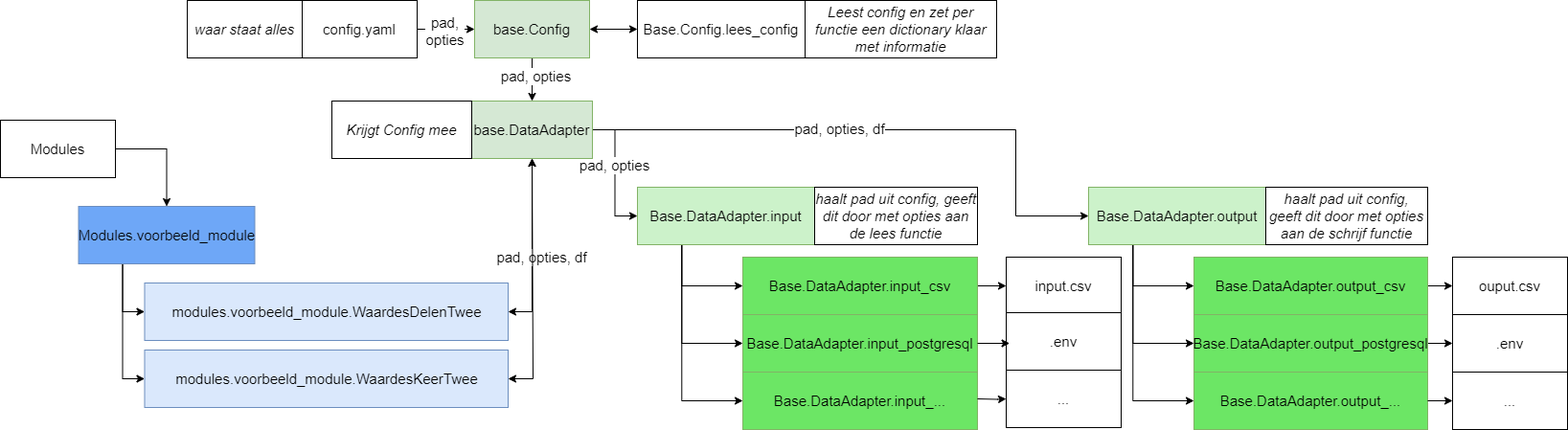
This is docs/assets/opbouw_code.png from continu-inzicht/toolbox-continu-inzicht, a draw.io export, as it was before one commit. Source tidied: cells renumbered, new cells last; positions are measured from the earlier drawing's top-left corner, leaving out a move shared by most shapes.
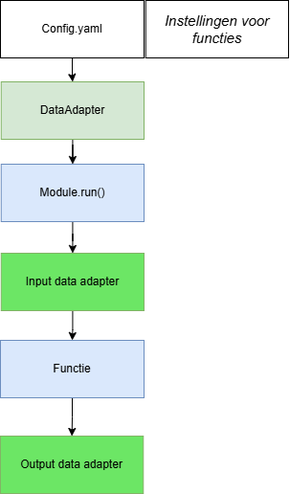
The same file after the commit.

What changed in the source:
```diff
@@ -2,183 +2,41 @@
   <root>
     <mxCell id="0" />
     <mxCell id="1" parent="0" />
-    <mxCell id="2" style="edgeStyle=orthogonalEdgeStyle;rounded=0;jettySize=auto;html=1;exitX=1;exitY=0.5;exitDx=0;exitDy=0;entryX=0;entryY=0.5;entryDx=0;entryDy=0;startArrow=classic;startFill=1;fontSize=15;" parent="1" edge="1" source="5" target="20">
+    <mxCell id="2" style="edgeStyle=orthogonalEdgeStyle;rounded=0;jettySize=auto;html=1;" parent="1" edge="1" source="3" target="7">
       <mxGeometry relative="1" as="geometry" />
     </mxCell>
-    <mxCell id="3" style="edgeStyle=orthogonalEdgeStyle;rounded=0;jettySize=auto;html=1;exitX=0.5;exitY=1;exitDx=0;exitDy=0;fontSize=15;" parent="1" edge="1" source="5" target="13">
-      <mxGeometry relative="1" as="geometry" />
+    <mxCell id="3" value="&lt;div&gt;Module.run()&lt;/div&gt;" style="rounded=0;whiteSpace=wrap;html=1;fillColor=#dae8fc;strokeColor=#6c8ebf;" parent="1" vertex="1">
+      <mxGeometry x="2330.8" y="81" width="149.2" height="60" as="geometry" />
     </mxCell>
-    <mxCell id="4" value="pad, opties" style="edgeLabel;html=1;align=center;verticalAlign=middle;fontSize=15;" parent="3" vertex="1">
-      <mxGeometry x="-0.19" y="3" relative="1" as="geometry" />
+    <mxCell id="4" style="edgeStyle=orthogonalEdgeStyle;rounded=0;jettySize=auto;html=1;" parent="1" edge="1" source="5" target="12">
+      <mxGeometry relative="1" as="geometry" />
     </mxCell>
-    <mxCell id="5" value="base.Config" style="rounded=0;whiteSpace=wrap;html=1;fillColor=#d5e8d4;strokeColor=#82b366;fontSize=15;" parent="1" vertex="1">
-      <mxGeometry x="495" width="120" height="60" as="geometry" />
+    <mxCell id="5" value="Config.yaml" style="rounded=0;whiteSpace=wrap;html=1;" parent="1" vertex="1">
+      <mxGeometry x="2330" y="-90" width="150" height="60" as="geometry" />
     </mxCell>
-    <mxCell id="6" style="edgeStyle=orthogonalEdgeStyle;rounded=0;jettySize=auto;html=1;exitX=1;exitY=0.5;exitDx=0;exitDy=0;fontSize=15;" parent="1" edge="1" source="8" target="5">
+    <mxCell id="6" style="edgeStyle=orthogonalEdgeStyle;rounded=0;jettySize=auto;html=1;" parent="1" edge="1" source="7" target="10">
       <mxGeometry relative="1" as="geometry" />
     </mxCell>
-    <mxCell id="7" value="pad,&lt;br style=&quot;font-size: 15px;&quot;&gt;opties" style="edgeLabel;html=1;align=center;verticalAlign=middle;points=[];fontSize=15;" parent="6" vertex="1">
-      <mxGeometry x="-0.08" y="-1" relative="1" as="geometry" />
+    <mxCell id="7" value="&lt;span style=&quot;font-style: normal;&quot;&gt;Input data adapter&lt;/span&gt;" style="rounded=0;whiteSpace=wrap;html=1;fontStyle=2;fillColor=#6ce665;strokeColor=#82b366;" parent="1" vertex="1">
+      <mxGeometry x="2330.8" y="174" width="149.2" height="60" as="geometry" />
     </mxCell>
-    <mxCell id="8" value="config.yaml" style="rounded=0;whiteSpace=wrap;html=1;fontSize=15;" parent="1" vertex="1">
-      <mxGeometry x="315" width="120" height="60" as="geometry" />
+    <mxCell id="8" value="&lt;span style=&quot;font-style: normal;&quot;&gt;Output data adapter&lt;/span&gt;" style="rounded=0;whiteSpace=wrap;html=1;fontStyle=2;fillColor=#6ce665;strokeColor=#82b366;" parent="1" vertex="1">
+      <mxGeometry x="2330" y="365" width="149.2" height="60" as="geometry" />
     </mxCell>
-    <mxCell id="9" style="edgeStyle=orthogonalEdgeStyle;rounded=0;jettySize=auto;html=1;entryX=0;entryY=0.5;entryDx=0;entryDy=0;fontSize=15;" parent="1" edge="1" source="13" target="25">
+    <mxCell id="9" style="edgeStyle=orthogonalEdgeStyle;rounded=0;jettySize=auto;html=1;" parent="1" edge="1" source="10" target="8">
       <mxGeometry relative="1" as="geometry" />
     </mxCell>
-    <mxCell id="10" value="pad, opties" style="edgeLabel;html=1;align=center;verticalAlign=middle;points=[];fontSize=15;" parent="9" vertex="1">
-      <mxGeometry x="-0.12" y="-1" relative="1" as="geometry" />
+    <mxCell id="10" value="Functie" style="rounded=0;whiteSpace=wrap;html=1;fillColor=#dae8fc;strokeColor=#6c8ebf;" parent="1" vertex="1">
+      <mxGeometry x="2330" y="265" width="150" height="60" as="geometry" />
     </mxCell>
-    <mxCell id="11" style="edgeStyle=orthogonalEdgeStyle;rounded=0;jettySize=auto;html=1;exitX=1;exitY=0.5;exitDx=0;exitDy=0;entryX=0;entryY=0.5;entryDx=0;entryDy=0;fontSize=15;" parent="1" edge="1" source="13" target="37">
-      <mxGeometry relative="1" as="geometry">
-        <Array as="points">
-          <mxPoint x="1060" y="135" />
-          <mxPoint x="1060" y="225" />
-        </Array>
-      </mxGeometry>
+    <mxCell id="11" style="edgeStyle=orthogonalEdgeStyle;rounded=0;jettySize=auto;html=1;" parent="1" edge="1" source="12" target="3">
+      <mxGeometry relative="1" as="geometry" />
     </mxCell>
-    <mxCell id="12" value="pad, opties, df" style="edgeLabel;html=1;align=center;verticalAlign=middle;points=[];fontSize=15;" parent="11" vertex="1">
-      <mxGeometry x="-0.16" y="2" relative="1" as="geometry" />
+    <mxCell id="12" value="DataAdapter" style="rounded=0;whiteSpace=wrap;html=1;fillColor=#d5e8d4;strokeColor=#82b366;" parent="1" vertex="1">
+      <mxGeometry x="2330.8" y="-5" width="149.2" height="60" as="geometry" />
     </mxCell>
-    <mxCell id="13" value="base.DataAdapter" style="rounded=0;whiteSpace=wrap;html=1;fillColor=#d5e8d4;strokeColor=#82b366;fontSize=15;" parent="1" vertex="1">
-      <mxGeometry x="492" y="105" width="126" height="60" as="geometry" />
+    <mxCell id="13" value="&lt;i style=&quot;font-size: 15px;&quot;&gt;Instellingen voor functies&lt;/i&gt;" style="rounded=0;whiteSpace=wrap;html=1;fontSize=15;" parent="1" vertex="1">
+      <mxGeometry x="2481.8" y="-90" width="149.2" height="60" as="geometry" />
     </mxCell>
-    <mxCell id="14" value="&lt;i style=&quot;font-size: 15px;&quot;&gt;waar staat alles&lt;/i&gt;" style="rounded=0;whiteSpace=wrap;html=1;fontSize=15;" parent="1" vertex="1">
-      <mxGeometry x="195" width="120" height="60" as="geometry" />
-    </mxCell>
-    <mxCell id="15" value="Krijgt Config mee" style="rounded=0;whiteSpace=wrap;html=1;fontStyle=2;fontSize=15;" parent="1" vertex="1">
-      <mxGeometry x="346" y="105" width="146" height="60" as="geometry" />
-    </mxCell>
-    <mxCell id="16" style="edgeStyle=orthogonalEdgeStyle;rounded=0;jettySize=auto;html=1;exitX=0.25;exitY=1;exitDx=0;exitDy=0;entryX=0;entryY=0.5;entryDx=0;entryDy=0;fontSize=15;" parent="1" edge="1" source="18" target="33">
-      <mxGeometry relative="1" as="geometry" />
-    </mxCell>
-    <mxCell id="17" style="edgeStyle=orthogonalEdgeStyle;rounded=0;jettySize=auto;html=1;exitX=0.25;exitY=1;exitDx=0;exitDy=0;entryX=0;entryY=0.5;entryDx=0;entryDy=0;fontSize=15;" parent="1" edge="1" source="18" target="45">
-      <mxGeometry relative="1" as="geometry" />
-    </mxCell>
-    <mxCell id="18" value="Modules.voorbeeld_module" style="rounded=0;whiteSpace=wrap;html=1;fillColor=#6ea7f7;strokeColor=#6c8ebf;fontSize=15;" parent="1" vertex="1">
-      <mxGeometry x="81.5" y="215" width="184" height="60" as="geometry" />
-    </mxCell>
-    <mxCell id="19" style="edgeStyle=orthogonalEdgeStyle;rounded=0;jettySize=auto;html=1;exitX=1;exitY=0.5;exitDx=0;exitDy=0;entryX=0;entryY=0.5;entryDx=0;entryDy=0;endArrow=none;endFill=0;fontSize=15;" parent="1" edge="1" source="20" target="21">
-      <mxGeometry relative="1" as="geometry" />
-    </mxCell>
-    <mxCell id="20" value="Base.Config.lees_config" style="rounded=0;whiteSpace=wrap;html=1;fontSize=15;" parent="1" vertex="1">
-      <mxGeometry x="665" width="175" height="60" as="geometry" />
-    </mxCell>
-    <mxCell id="21" value="&lt;i style=&quot;font-size: 15px;&quot;&gt;Leest config en zet per functie een dictionary klaar met informatie&lt;/i&gt;" style="rounded=0;whiteSpace=wrap;html=1;fontSize=15;" parent="1" vertex="1">
-      <mxGeometry x="840" width="200" height="60" as="geometry" />
-    </mxCell>
-    <mxCell id="22" style="edgeStyle=orthogonalEdgeStyle;rounded=0;jettySize=auto;html=1;exitX=0.25;exitY=1;exitDx=0;exitDy=0;entryX=0;entryY=0.5;entryDx=0;entryDy=0;fontSize=15;" parent="1" edge="1" source="25" target="27">
-      <mxGeometry relative="1" as="geometry" />
-    </mxCell>
-    <mxCell id="23" style="edgeStyle=orthogonalEdgeStyle;rounded=0;jettySize=auto;html=1;exitX=0.25;exitY=1;exitDx=0;exitDy=0;entryX=0;entryY=0.5;entryDx=0;entryDy=0;fontSize=15;" parent="1" edge="1" source="25" target="28">
-      <mxGeometry relative="1" as="geometry" />
-    </mxCell>
-    <mxCell id="24" style="edgeStyle=orthogonalEdgeStyle;rounded=0;jettySize=auto;html=1;exitX=0.25;exitY=1;exitDx=0;exitDy=0;entryX=0;entryY=0.5;entryDx=0;entryDy=0;fontSize=15;" parent="1" edge="1" source="25" target="29">
-      <mxGeometry relative="1" as="geometry" />
-    </mxCell>
-    <mxCell id="25" value="&lt;span style=&quot;font-style: normal; font-size: 15px;&quot;&gt;Base.DataAdapter.input&lt;/span&gt;" style="rounded=0;whiteSpace=wrap;html=1;fontStyle=2;fillColor=#ccf2ca;strokeColor=#82b366;fontSize=15;" parent="1" vertex="1">
-      <mxGeometry x="665" y="195" width="185" height="60" as="geometry" />
-    </mxCell>
-    <mxCell id="26" style="edgeStyle=orthogonalEdgeStyle;rounded=0;jettySize=auto;html=1;exitX=1;exitY=0.5;exitDx=0;exitDy=0;fontSize=15;" parent="1" edge="1" source="27" target="51">
-      <mxGeometry relative="1" as="geometry" />
-    </mxCell>
-    <mxCell id="27" value="&lt;span style=&quot;font-style: normal; font-size: 15px;&quot;&gt;Base.DataAdapter.input_csv&lt;/span&gt;" style="rounded=0;whiteSpace=wrap;html=1;fontStyle=2;fillColor=#6ce665;strokeColor=#82b366;fontSize=15;" parent="1" vertex="1">
-      <mxGeometry x="775" y="268" width="245" height="60" as="geometry" />
-    </mxCell>
-    <mxCell id="28" value="&lt;span style=&quot;font-style: normal; font-size: 15px;&quot;&gt;Base.DataAdapter.input_postgresql&lt;/span&gt;" style="rounded=0;whiteSpace=wrap;html=1;fontStyle=2;fillColor=#6ce665;strokeColor=#82b366;fontSize=15;" parent="1" vertex="1">
-      <mxGeometry x="775" y="328" width="245" height="60" as="geometry" />
-    </mxCell>
-    <mxCell id="29" value="&lt;span style=&quot;font-style: normal; font-size: 15px;&quot;&gt;Base.DataAdapter.input_...&lt;/span&gt;" style="rounded=0;whiteSpace=wrap;html=1;fontStyle=2;fillColor=#6ce665;strokeColor=#82b366;fontSize=15;" parent="1" vertex="1">
-      <mxGeometry x="775" y="388" width="245" height="60" as="geometry" />
-    </mxCell>
-    <mxCell id="30" value="haalt pad uit config, geeft dit door met opties aan de lees functie" style="rounded=0;whiteSpace=wrap;html=1;fontStyle=2;fontSize=15;" parent="1" vertex="1">
-      <mxGeometry x="850" y="195" width="170" height="60" as="geometry" />
-    </mxCell>
-    <mxCell id="31" style="edgeStyle=orthogonalEdgeStyle;rounded=0;jettySize=auto;html=1;exitX=1;exitY=0.5;exitDx=0;exitDy=0;entryX=0.5;entryY=1;entryDx=0;entryDy=0;startArrow=classic;startFill=1;fontSize=15;" parent="1" edge="1" source="33" target="13">
-      <mxGeometry relative="1" as="geometry" />
-    </mxCell>
-    <mxCell id="32" value="pad, opties, df" style="edgeLabel;html=1;align=center;verticalAlign=middle;fontSize=15;" parent="31" vertex="1">
-      <mxGeometry x="-0.54" relative="1" as="geometry">
-        <mxPoint x="9" y="-40" as="offset" />
-      </mxGeometry>
-    </mxCell>
-    <mxCell id="33" value="&lt;div style=&quot;font-size: 15px;&quot;&gt;modules.voorbeeld_module.WaardesDelenTwee&lt;/div&gt;" style="rounded=0;whiteSpace=wrap;html=1;fillColor=#dae8fc;strokeColor=#6c8ebf;fontSize=15;" parent="1" vertex="1">
-      <mxGeometry x="150.5" y="295" width="379.5" height="60" as="geometry" />
-    </mxCell>
-    <mxCell id="34" style="edgeStyle=orthogonalEdgeStyle;rounded=0;jettySize=auto;html=1;exitX=0.25;exitY=1;exitDx=0;exitDy=0;entryX=0;entryY=0.5;entryDx=0;entryDy=0;fontSize=15;" parent="1" edge="1" source="37" target="40">
-      <mxGeometry relative="1" as="geometry" />
-    </mxCell>
-    <mxCell id="35" style="edgeStyle=orthogonalEdgeStyle;rounded=0;jettySize=auto;html=1;exitX=0.25;exitY=1;exitDx=0;exitDy=0;entryX=0;entryY=0.5;entryDx=0;entryDy=0;fontSize=15;" parent="1" edge="1" source="37" target="42">
-      <mxGeometry relative="1" as="geometry" />
-    </mxCell>
-    <mxCell id="36" style="edgeStyle=orthogonalEdgeStyle;rounded=0;jettySize=auto;html=1;exitX=0.25;exitY=1;exitDx=0;exitDy=0;entryX=0;entryY=0.5;entryDx=0;entryDy=0;fontSize=15;" parent="1" edge="1" source="37" target="43">
-      <mxGeometry relative="1" as="geometry" />
-    </mxCell>
-    <mxCell id="37" value="&lt;span style=&quot;font-style: normal; font-size: 15px;&quot;&gt;Base.DataAdapter.output&lt;/span&gt;" style="rounded=0;whiteSpace=wrap;html=1;fontStyle=2;fillColor=#ccf2ca;strokeColor=#82b366;fontSize=15;" parent="1" vertex="1">
-      <mxGeometry x="1136" y="195" width="185" height="60" as="geometry" />
-    </mxCell>
-    <mxCell id="38" value="haalt pad uit config, geeft dit door met opties aan de schrijf functie" style="rounded=0;whiteSpace=wrap;html=1;fontStyle=2;fontSize=15;" parent="1" vertex="1">
-      <mxGeometry x="1321" y="195" width="169" height="60" as="geometry" />
-    </mxCell>
-    <mxCell id="39" style="edgeStyle=orthogonalEdgeStyle;rounded=0;jettySize=auto;html=1;exitX=1;exitY=0.5;exitDx=0;exitDy=0;fontSize=15;" parent="1" edge="1" source="40" target="49">
-      <mxGeometry relative="1" as="geometry" />
-    </mxCell>
-    <mxCell id="40" value="&lt;span style=&quot;font-style: normal; font-size: 15px;&quot;&gt;Base.DataAdapter.output_csv&lt;/span&gt;" style="rounded=0;whiteSpace=wrap;html=1;fontStyle=2;fillColor=#6ce665;strokeColor=#82b366;fontSize=15;" parent="1" vertex="1">
-      <mxGeometry x="1246" y="268" width="244" height="60" as="geometry" />
-    </mxCell>
-    <mxCell id="41" style="edgeStyle=orthogonalEdgeStyle;rounded=0;jettySize=auto;html=1;exitX=1;exitY=0.5;exitDx=0;exitDy=0;entryX=0;entryY=0.5;entryDx=0;entryDy=0;fontSize=15;" parent="1" edge="1" source="42" target="48">
-      <mxGeometry relative="1" as="geometry" />
-    </mxCell>
-    <mxCell id="42" value="&lt;span style=&quot;font-style: normal; font-size: 15px;&quot;&gt;Base.DataAdapter.output_postgresql&lt;/span&gt;" style="rounded=0;whiteSpace=wrap;html=1;fontStyle=2;fillColor=#6ce665;strokeColor=#82b366;fontSize=15;" parent="1" vertex="1">
-      <mxGeometry x="1246" y="328" width="244" height="60" as="geometry" />
-    </mxCell>
-    <mxCell id="43" value="&lt;span style=&quot;font-style: normal; font-size: 15px;&quot;&gt;Base.DataAdapter.output_...&lt;/span&gt;" style="rounded=0;whiteSpace=wrap;html=1;fontStyle=2;fillColor=#6ce665;strokeColor=#82b366;fontSize=15;" parent="1" vertex="1">
-      <mxGeometry x="1246" y="388" width="244" height="60" as="geometry" />
-    </mxCell>
-    <mxCell id="44" style="edgeStyle=orthogonalEdgeStyle;rounded=0;jettySize=auto;html=1;exitX=1;exitY=0.5;exitDx=0;exitDy=0;entryX=0.5;entryY=1;entryDx=0;entryDy=0;startArrow=classic;startFill=1;fontSize=15;" parent="1" edge="1" source="45" target="13">
-      <mxGeometry relative="1" as="geometry">
-        <Array as="points">
-          <mxPoint x="556" y="395" />
-        </Array>
-      </mxGeometry>
-    </mxCell>
-    <mxCell id="45" value="modules.voorbeeld_module.WaardesKeerTwee" style="rounded=0;whiteSpace=wrap;html=1;fillColor=#dae8fc;strokeColor=#6c8ebf;fontSize=15;" parent="1" vertex="1">
-      <mxGeometry x="150.5" y="365" width="379.5" height="60" as="geometry" />
-    </mxCell>
-    <mxCell id="46" style="edgeStyle=orthogonalEdgeStyle;rounded=0;jettySize=auto;html=1;exitX=1;exitY=0.5;exitDx=0;exitDy=0;entryX=0.5;entryY=0;entryDx=0;entryDy=0;fontSize=15;" parent="1" edge="1" source="47" target="18">
-      <mxGeometry relative="1" as="geometry" />
-    </mxCell>
-    <mxCell id="47" value="Modules" style="rounded=0;whiteSpace=wrap;html=1;fontSize=15;" parent="1" vertex="1">
-      <mxGeometry y="125" width="120" height="60" as="geometry" />
-    </mxCell>
-    <mxCell id="48" value="&lt;span style=&quot;font-style: normal; font-size: 15px;&quot;&gt;.env&lt;/span&gt;" style="rounded=0;whiteSpace=wrap;html=1;fontStyle=2;fontSize=15;" parent="1" vertex="1">
-      <mxGeometry x="1516" y="328" width="120" height="60" as="geometry" />
-    </mxCell>
-    <mxCell id="49" value="&lt;span style=&quot;font-style: normal; font-size: 15px;&quot;&gt;ouput.csv&lt;/span&gt;" style="rounded=0;whiteSpace=wrap;html=1;fontStyle=2;fontSize=15;" parent="1" vertex="1">
-      <mxGeometry x="1516" y="268" width="120" height="60" as="geometry" />
-    </mxCell>
-    <mxCell id="50" value="&lt;span style=&quot;font-style: normal; font-size: 15px;&quot;&gt;...&lt;/span&gt;" style="rounded=0;whiteSpace=wrap;html=1;fontStyle=2;fontSize=15;" parent="1" vertex="1">
-      <mxGeometry x="1516" y="388" width="120" height="60" as="geometry" />
-    </mxCell>
-    <mxCell id="51" value="&lt;span style=&quot;font-style: normal; font-size: 15px;&quot;&gt;input.csv&lt;/span&gt;" style="rounded=0;whiteSpace=wrap;html=1;fontStyle=2;fontSize=15;" parent="1" vertex="1">
-      <mxGeometry x="1050" y="268" width="120" height="60" as="geometry" />
-    </mxCell>
-    <mxCell id="52" value="&lt;span style=&quot;font-style: normal; font-size: 15px;&quot;&gt;.env&lt;/span&gt;" style="rounded=0;whiteSpace=wrap;html=1;fontStyle=2;fontSize=15;" parent="1" vertex="1">
-      <mxGeometry x="1050" y="326" width="120" height="60" as="geometry" />
-    </mxCell>
-    <mxCell id="53" value="&lt;span style=&quot;font-style: normal; font-size: 15px;&quot;&gt;...&lt;/span&gt;" style="rounded=0;whiteSpace=wrap;html=1;fontStyle=2;fontSize=15;" parent="1" vertex="1">
-      <mxGeometry x="1050" y="386" width="120" height="60" as="geometry" />
-    </mxCell>
-    <mxCell id="54" style="edgeStyle=orthogonalEdgeStyle;rounded=0;jettySize=auto;html=1;exitX=1;exitY=0.5;exitDx=0;exitDy=0;entryX=0.03;entryY=0.531;entryDx=0;entryDy=0;entryPerimeter=0;fontSize=15;" parent="1" edge="1" source="28" target="52">
-      <mxGeometry relative="1" as="geometry" />
-    </mxCell>
-    <mxCell id="55" style="edgeStyle=orthogonalEdgeStyle;rounded=0;jettySize=auto;html=1;exitX=1;exitY=0.5;exitDx=0;exitDy=0;entryX=0;entryY=0.5;entryDx=0;entryDy=0;fontSize=15;" parent="1" edge="1" source="43" target="50">
-      <mxGeometry relative="1" as="geometry" />
-    </mxCell>
-    <mxCell id="56" style="edgeStyle=orthogonalEdgeStyle;rounded=0;jettySize=auto;html=1;fontSize=15;" parent="1" edge="1" target="53">
-      <mxGeometry relative="1" as="geometry">
-        <mxPoint x="1020" y="416" as="sourcePoint" />
-      </mxGeometry>
-    </mxCell>
   </root>
 </mxGraphModel>
```
